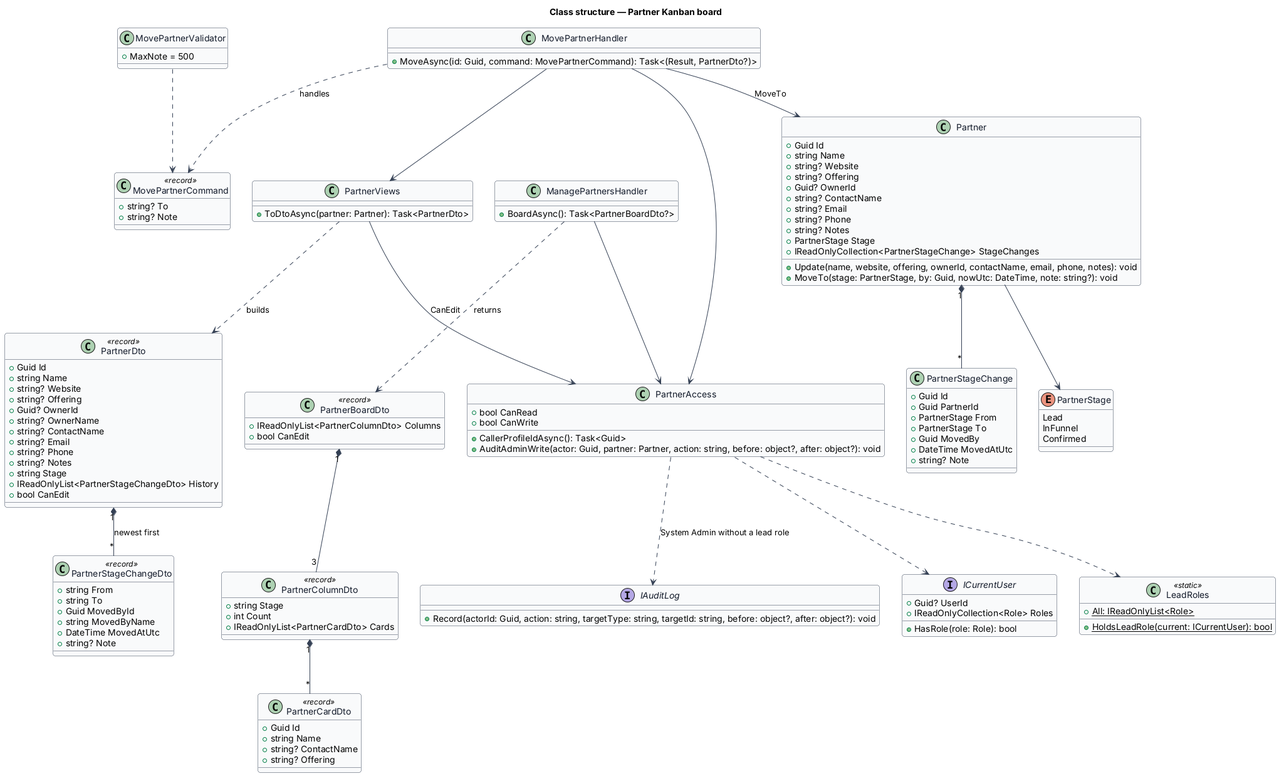
The PlantUML diagram docs/detailed-designs/partners/partner-kanban-board/diagrams/class-structure.png in QuinntyneBrown/faithtech-community, before a commit. Source of this version:
```plantuml
@startuml
skinparam backgroundColor #FFFFFF
skinparam shadowing false
skinparam roundcorner 8
skinparam defaultFontName Arial
skinparam ArrowColor #344054
skinparam class {
  BorderColor #344054
  FontColor #101828
  BackgroundColor #F9FAFB
}
title Class structure — Partner Kanban board
enum PartnerStage {
  Lead
  InFunnel
  Confirmed
}
class Partner {
  +Guid Id
  +string Name
  +string? Website
  +string? Offering
  +Guid? OwnerId
  +string? ContactName
  +string? Email
  +string? Phone
  +string? Notes
  +PartnerStage Stage
  +IReadOnlyCollection<PartnerStageChange> StageChanges
  +Update(name, website, offering, ownerId, contactName, email, phone, notes): void
  +MoveTo(stage: PartnerStage, by: Guid, nowUtc: DateTime, note: string?): void
}
class PartnerStageChange {
  +Guid Id
  +Guid PartnerId
  +PartnerStage From
  +PartnerStage To
  +Guid MovedBy
  +DateTime MovedAtUtc
  +string? Note
}
class PartnerAccess {
  +bool CanRead
  +bool CanWrite
  +CallerProfileIdAsync(): Task<Guid>
  +AuditAdminWrite(actor: Guid, partner: Partner, action: string, before: object?, after: object?): void
}
class PartnerViews {
  +ToDtoAsync(partner: Partner): Task<PartnerDto>
}
interface ICurrentUser {
  +Guid? UserId
  +IReadOnlyCollection<Role> Roles
  +HasRole(role: Role): bool
}
class LeadRoles <<static>> {
  +{static} All: IReadOnlyList<Role>
  +{static} HoldsLeadRole(current: ICurrentUser): bool
}
interface IAuditLog {
  +Record(actorId: Guid, action: string, targetType: string, targetId: string, before: object?, after: object?): void
}
Partner --> PartnerStage
Partner "1" *-- "*" PartnerStageChange
PartnerAccess ..> ICurrentUser
PartnerAccess ..> LeadRoles
PartnerAccess ..> IAuditLog : System Admin without a lead role
PartnerViews --> PartnerAccess : CanEdit
class PartnerDto <<record>> {
  +Guid Id
  +string Name
  +string? Website
  +string? Offering
  +Guid? OwnerId
  +string? OwnerName
  +string? ContactName
  +string? Email
  +string? Phone
  +string? Notes
  +string Stage
  +IReadOnlyList<PartnerStageChangeDto> History
  +bool CanEdit
}
class PartnerStageChangeDto <<record>> {
  +string From
  +string To
  +Guid MovedById
  +string MovedByName
  +DateTime MovedAtUtc
  +string? Note
}
PartnerViews ..> PartnerDto : builds
PartnerDto "1" *-- "*" PartnerStageChangeDto : newest first

class MovePartnerCommand <<record>> {
  +string? To
  +string? Note
}
class MovePartnerValidator {
  +MaxNote = 500
}
class MovePartnerHandler {
  +MoveAsync(id: Guid, command: MovePartnerCommand): Task<(Result, PartnerDto?)>
}
class ManagePartnersHandler {
  +BoardAsync(): Task<PartnerBoardDto?>
}
class PartnerBoardDto <<record>> {
  +IReadOnlyList<PartnerColumnDto> Columns
  +bool CanEdit
}
class PartnerColumnDto <<record>> {
  +string Stage
  +int Count
  +IReadOnlyList<PartnerCardDto> Cards
}
class PartnerCardDto <<record>> {
  +Guid Id
  +string Name
  +string? ContactName
  +string? Offering
}
MovePartnerValidator ..> MovePartnerCommand
MovePartnerHandler ..> MovePartnerCommand : handles
MovePartnerHandler --> Partner : MoveTo
MovePartnerHandler --> PartnerAccess
MovePartnerHandler --> PartnerViews
ManagePartnersHandler --> PartnerAccess
ManagePartnersHandler ..> PartnerBoardDto : returns
PartnerBoardDto "1" *-- "3" PartnerColumnDto
PartnerColumnDto "1" *-- "*" PartnerCardDto
@enduml
```
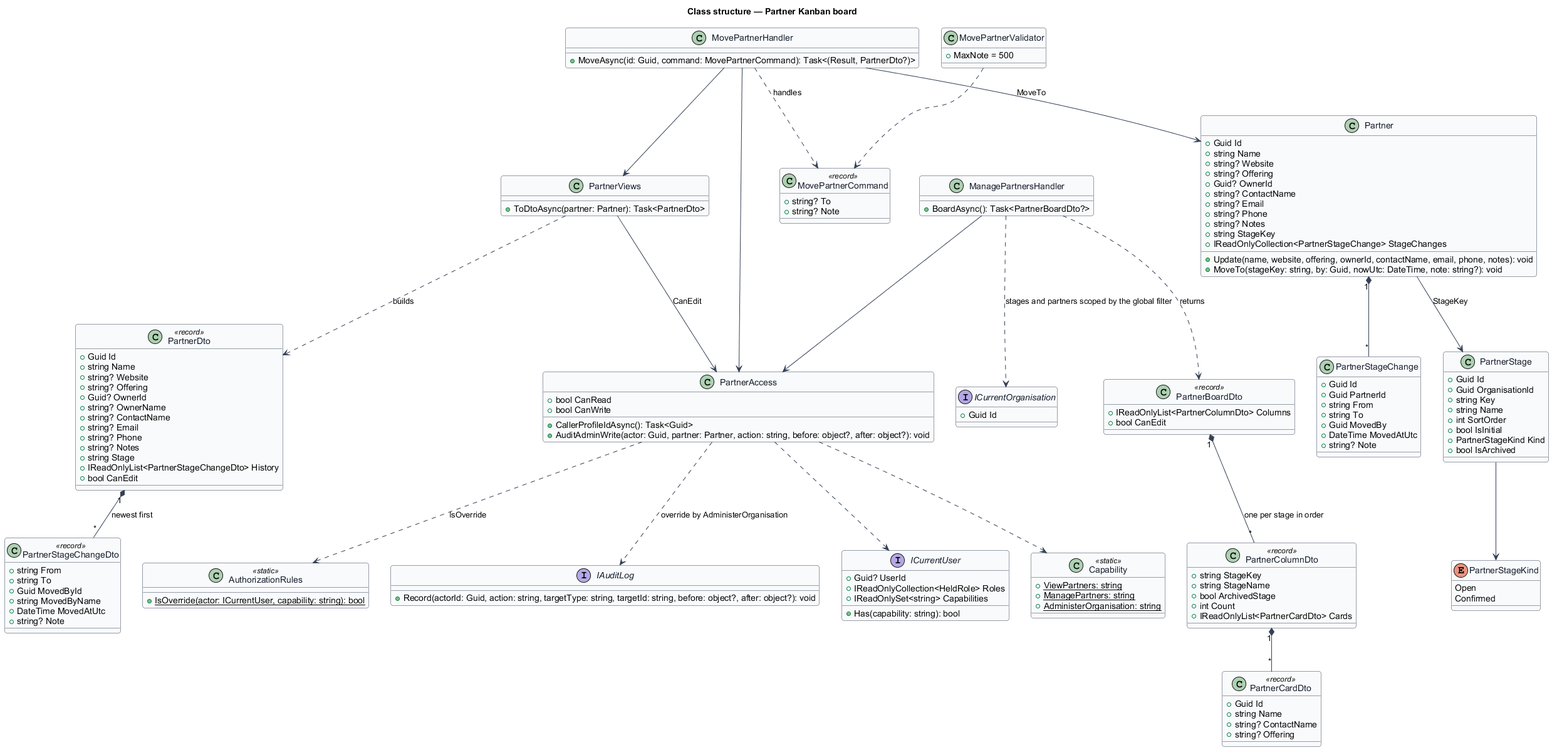
After the change.

Diff of the diagram source:
```diff
@@ -10,11 +10,21 @@
   BackgroundColor #F9FAFB
 }
 title Class structure — Partner Kanban board
-enum PartnerStage {
-  Lead
-  InFunnel
+enum PartnerStageKind {
+  Open
   Confirmed
 }
+class PartnerStage {
+  +Guid Id
+  +Guid OrganisationId
+  +string Key
+  +string Name
+  +int SortOrder
+  +bool IsInitial
+  +PartnerStageKind Kind
+  +bool IsArchived
+}
+PartnerStage --> PartnerStageKind
 class Partner {
   +Guid Id
   +string Name
@@ -25,16 +35,16 @@
   +string? Email
   +string? Phone
   +string? Notes
-  +PartnerStage Stage
+  +string StageKey
   +IReadOnlyCollection<PartnerStageChange> StageChanges
   +Update(name, website, offering, ownerId, contactName, email, phone, notes): void
-  +MoveTo(stage: PartnerStage, by: Guid, nowUtc: DateTime, note: string?): void
+  +MoveTo(stageKey: string, by: Guid, nowUtc: DateTime, note: string?): void
 }
 class PartnerStageChange {
   +Guid Id
   +Guid PartnerId
-  +PartnerStage From
-  +PartnerStage To
+  +string From
+  +string To
   +Guid MovedBy
   +DateTime MovedAtUtc
   +string? Note
@@ -50,21 +60,30 @@
 }
 interface ICurrentUser {
   +Guid? UserId
-  +IReadOnlyCollection<Role> Roles
-  +HasRole(role: Role): bool
+  +IReadOnlyCollection<HeldRole> Roles
+  +IReadOnlySet<string> Capabilities
+  +Has(capability: string): bool
 }
-class LeadRoles <<static>> {
-  +{static} All: IReadOnlyList<Role>
-  +{static} HoldsLeadRole(current: ICurrentUser): bool
+interface ICurrentOrganisation {
+  +Guid Id
+}
+class Capability <<static>> {
+  +{static} ViewPartners: string
+  +{static} ManagePartners: string
+  +{static} AdministerOrganisation: string
+}
+class AuthorizationRules <<static>> {
+  +{static} IsOverride(actor: ICurrentUser, capability: string): bool
 }
 interface IAuditLog {
   +Record(actorId: Guid, action: string, targetType: string, targetId: string, before: object?, after: object?): void
 }
-Partner --> PartnerStage
+Partner --> PartnerStage : StageKey
 Partner "1" *-- "*" PartnerStageChange
 PartnerAccess ..> ICurrentUser
-PartnerAccess ..> LeadRoles
-PartnerAccess ..> IAuditLog : System Admin without a lead role
+PartnerAccess ..> Capability
+PartnerAccess ..> AuthorizationRules : IsOverride
+PartnerAccess ..> IAuditLog : override by AdministerOrganisation
 PartnerViews --> PartnerAccess : CanEdit
 class PartnerDto <<record>> {
   +Guid Id
@@ -110,7 +129,9 @@
   +bool CanEdit
 }
 class PartnerColumnDto <<record>> {
-  +string Stage
+  +string StageKey
+  +string StageName
+  +bool ArchivedStage
   +int Count
   +IReadOnlyList<PartnerCardDto> Cards
 }
@@ -126,7 +147,8 @@
 MovePartnerHandler --> PartnerAccess
 MovePartnerHandler --> PartnerViews
 ManagePartnersHandler --> PartnerAccess
+ManagePartnersHandler ..> ICurrentOrganisation : stages and partners scoped by the global filter
 ManagePartnersHandler ..> PartnerBoardDto : returns
-PartnerBoardDto "1" *-- "3" PartnerColumnDto
+PartnerBoardDto "1" *-- "*" PartnerColumnDto : one per stage in order
 PartnerColumnDto "1" *-- "*" PartnerCardDto
 @enduml
```
